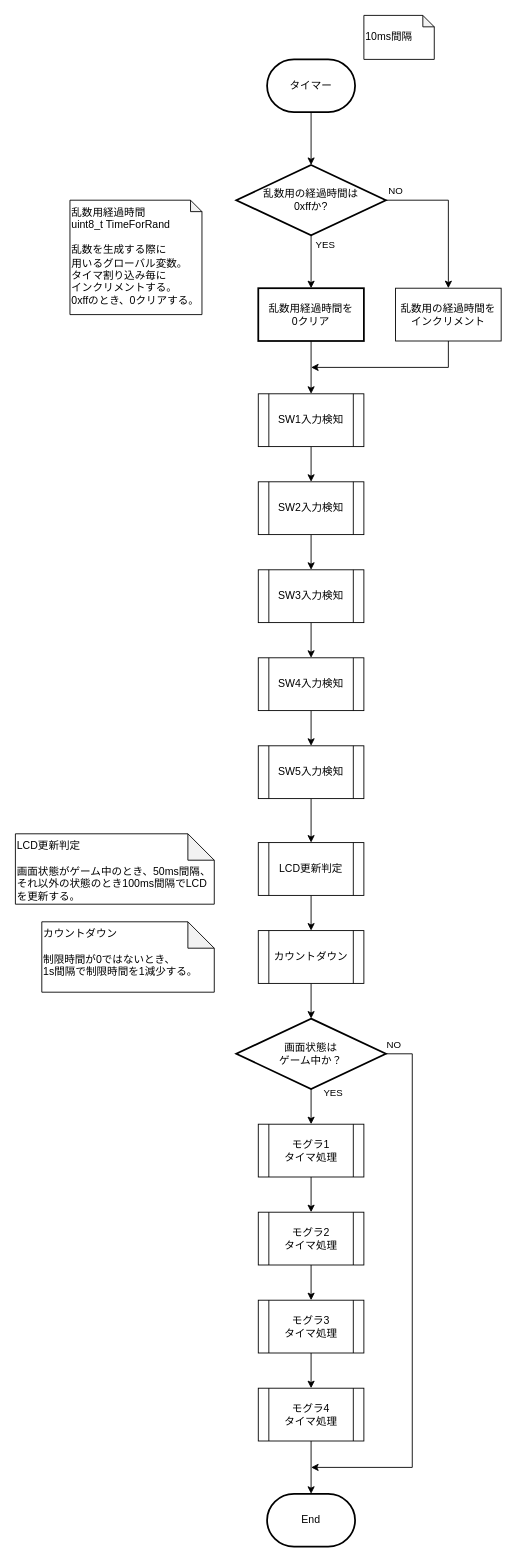
Earlier version of the draw.io diagram page "タイマ割り込み" (1 of 6) of 資料/設計書/フローチャート/モグラ叩き_フローチャート_割り込み.drawio (hakohumi/comp.train.whack-a-mole). Source tidied: cells renumbered, new cells numbered last; positions are measured from the earlier drawing's top-left corner, leaving out a move shared by most shapes. Both pictures are drawn from the tidied source at 88%, with x=0, y=0 at pixel (15, 15).
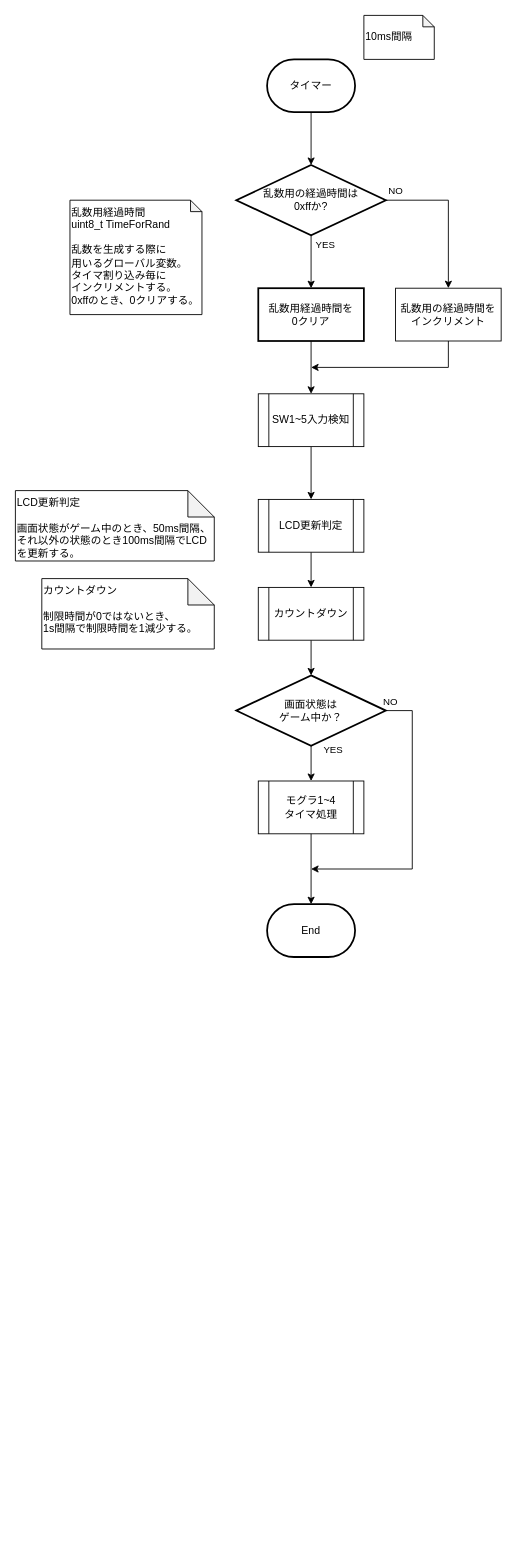
Above is the later version.

Commit message (it also covers changes not shown here):
設計/フローチャート/mainと割込みの修正 Fixes #70

Diff of the diagram source:
```diff
@@
-    <mxCell id="2" style="edgeStyle=orthogonalEdgeStyle;rounded=0;jettySize=auto;html=1;" parent="1" edge="1" source="3" target="6">
-      <mxGeometry relative="1" as="geometry" />
-    </mxCell>
+    <mxCell id="41" style="edgeStyle=orthogonalEdgeStyle;rounded=0;jettySize=auto;html=1;exitX=0.5;exitY=1;exitDx=0;exitDy=0;entryX=0.5;entryY=0;entryDx=0;entryDy=0;" parent="1" edge="1" source="3" target="17">
+      <mxGeometry relative="1" as="geometry" />
+    </mxCell>
-    <mxCell id="3" value="SW1入力検知" style="shape=process;whiteSpace=wrap;html=1;backgroundOutline=1;" parent="1" vertex="1">
+    <mxCell id="3" value="SW1~5入力検知" style="shape=process;whiteSpace=wrap;html=1;backgroundOutline=1;" parent="1" vertex="1">
       <mxGeometry x="276" y="430" width="120" height="60" as="geometry" />
     </mxCell>
@@
-    <mxCell id="5" style="edgeStyle=orthogonalEdgeStyle;rounded=0;jettySize=auto;html=1;" parent="1" edge="1" source="6" target="8">
-      <mxGeometry relative="1" as="geometry" />
-    </mxCell>
-    <mxCell id="6" value="SW2入力検知" style="shape=process;whiteSpace=wrap;html=1;backgroundOutline=1;" parent="1" vertex="1">
-      <mxGeometry x="276" y="530" width="120" height="60" as="geometry" />
-    </mxCell>
-    <mxCell id="7" style="edgeStyle=orthogonalEdgeStyle;rounded=0;jettySize=auto;html=1;" parent="1" edge="1" source="8" target="10">
-      <mxGeometry relative="1" as="geometry" />
-    </mxCell>
-    <mxCell id="8" value="SW3入力検知" style="shape=process;whiteSpace=wrap;html=1;backgroundOutline=1;" parent="1" vertex="1">
-      <mxGeometry x="276" y="630" width="120" height="60" as="geometry" />
-    </mxCell>
-    <mxCell id="9" style="edgeStyle=orthogonalEdgeStyle;rounded=0;jettySize=auto;html=1;" parent="1" edge="1" source="10" target="30">
-      <mxGeometry relative="1" as="geometry" />
-    </mxCell>
-    <mxCell id="10" value="SW4入力検知" style="shape=process;whiteSpace=wrap;html=1;backgroundOutline=1;" parent="1" vertex="1">
-      <mxGeometry x="276" y="730" width="120" height="60" as="geometry" />
-    </mxCell>
     <mxCell id="11" value="End" style="strokeWidth=2;html=1;shape=mxgraph.flowchart.terminator;whiteSpace=wrap;" parent="1" vertex="1">
-      <mxGeometry x="286" y="1680" width="100" height="60" as="geometry" />
+      <mxGeometry x="286" y="1010" width="100" height="60" as="geometry" />
     </mxCell>
     <mxCell id="12" value="カウントダウン&lt;br&gt;&lt;br&gt;制限時間が0ではないとき、&lt;br&gt;1s間隔で制限時間を1減少する。" style="shape=note;whiteSpace=wrap;html=1;backgroundOutline=1;darkOpacity=0.05;align=left;verticalAlign=top;" parent="1" vertex="1">
-      <mxGeometry x="30" y="1030" width="196" height="80" as="geometry" />
+      <mxGeometry x="30" y="640" width="196" height="80" as="geometry" />
     </mxCell>
@@
     <mxCell id="14" value="NO" style="edgeStyle=orthogonalEdgeStyle;rounded=0;jettySize=auto;html=1;exitX=1;exitY=0.5;exitDx=0;exitDy=0;" parent="1" edge="1" source="15">
       <mxGeometry x="-0.97" y="10" relative="1" as="geometry">
-        <mxPoint x="336" y="1650" as="targetPoint" />
+        <mxPoint x="336" y="970" as="targetPoint" />
         <Array as="points">
-          <mxPoint x="451" y="1180" />
-          <mxPoint x="451" y="1650" />
+          <mxPoint x="451" y="790" />
+          <mxPoint x="451" y="970" />
+          <mxPoint x="336" y="970" />
         </Array>
       </mxGeometry>
     </mxCell>
     <mxCell id="15" value="画面状態は&lt;br&gt;ゲーム中か？" style="rhombus;whiteSpace=wrap;html=1;strokeWidth=2;" parent="1" vertex="1">
-      <mxGeometry x="251" y="1140" width="170" height="80" as="geometry" />
+      <mxGeometry x="251" y="750" width="170" height="80" as="geometry" />
     </mxCell>
@@
     <mxCell id="17" value="LCD更新判定" style="shape=process;whiteSpace=wrap;html=1;backgroundOutline=1;" parent="1" vertex="1">
-      <mxGeometry x="276" y="940" width="120" height="60" as="geometry" />
+      <mxGeometry x="276" y="550" width="120" height="60" as="geometry" />
     </mxCell>
@@
     <mxCell id="19" value="カウントダウン" style="shape=process;whiteSpace=wrap;html=1;backgroundOutline=1;" parent="1" vertex="1">
-      <mxGeometry x="276" y="1040" width="120" height="60" as="geometry" />
+      <mxGeometry x="276" y="650" width="120" height="60" as="geometry" />
     </mxCell>
     <mxCell id="20" value="LCD更新判定&lt;br&gt;&lt;br&gt;画面状態がゲーム中のとき、50ms間隔、それ以外の状態のとき100ms間隔でLCDを更新する。" style="shape=note;whiteSpace=wrap;html=1;backgroundOutline=1;darkOpacity=0.05;align=left;verticalAlign=top;" parent="1" vertex="1">
-      <mxGeometry y="930" width="226" height="80" as="geometry" />
+      <mxGeometry y="540" width="226" height="80" as="geometry" />
     </mxCell>
-    <mxCell id="21" style="edgeStyle=orthogonalEdgeStyle;rounded=0;jettySize=auto;html=1;" parent="1" edge="1" source="22" target="24">
-      <mxGeometry relative="1" as="geometry" />
-    </mxCell>
-    <mxCell id="22" value="モグラ1&lt;br&gt;タイマ処理" style="shape=process;whiteSpace=wrap;html=1;backgroundOutline=1;" parent="1" vertex="1">
-      <mxGeometry x="276" y="1260" width="120" height="60" as="geometry" />
+    <mxCell id="22" value="モグラ1~4&lt;br&gt;タイマ処理" style="shape=process;whiteSpace=wrap;html=1;backgroundOutline=1;" parent="1" vertex="1">
+      <mxGeometry x="276" y="870" width="120" height="60" as="geometry" />
     </mxCell>
-    <mxCell id="23" style="edgeStyle=orthogonalEdgeStyle;rounded=0;jettySize=auto;html=1;" parent="1" edge="1" source="24" target="26">
-      <mxGeometry relative="1" as="geometry" />
-    </mxCell>
-    <mxCell id="24" value="モグラ2&lt;br&gt;タイマ処理" style="shape=process;whiteSpace=wrap;html=1;backgroundOutline=1;" parent="1" vertex="1">
-      <mxGeometry x="276" y="1360" width="120" height="60" as="geometry" />
-    </mxCell>
-    <mxCell id="25" style="edgeStyle=orthogonalEdgeStyle;rounded=0;jettySize=auto;html=1;" parent="1" edge="1" source="26" target="28">
-      <mxGeometry relative="1" as="geometry" />
-    </mxCell>
-    <mxCell id="26" value="モグラ3&lt;br&gt;タイマ処理" style="shape=process;whiteSpace=wrap;html=1;backgroundOutline=1;" parent="1" vertex="1">
-      <mxGeometry x="276" y="1460" width="120" height="60" as="geometry" />
-    </mxCell>
-    <mxCell id="27" style="edgeStyle=orthogonalEdgeStyle;rounded=0;jettySize=auto;html=1;" parent="1" edge="1" source="28" target="11">
+    <mxCell id="27" style="edgeStyle=orthogonalEdgeStyle;rounded=0;jettySize=auto;html=1;exitX=0.5;exitY=1;exitDx=0;exitDy=0;" parent="1" edge="1" source="22" target="11">
       <mxGeometry relative="1" as="geometry" />
     </mxCell>
-    <mxCell id="28" value="モグラ4&lt;br&gt;タイマ処理" style="shape=process;whiteSpace=wrap;html=1;backgroundOutline=1;" parent="1" vertex="1">
-      <mxGeometry x="276" y="1560" width="120" height="60" as="geometry" />
-    </mxCell>
-    <mxCell id="29" style="edgeStyle=orthogonalEdgeStyle;rounded=0;jettySize=auto;html=1;" parent="1" edge="1" source="30" target="17">
-      <mxGeometry relative="1" as="geometry" />
-    </mxCell>
-    <mxCell id="30" value="SW5入力検知" style="shape=process;whiteSpace=wrap;html=1;backgroundOutline=1;" parent="1" vertex="1">
-      <mxGeometry x="276" y="830" width="120" height="60" as="geometry" />
-    </mxCell>
```
